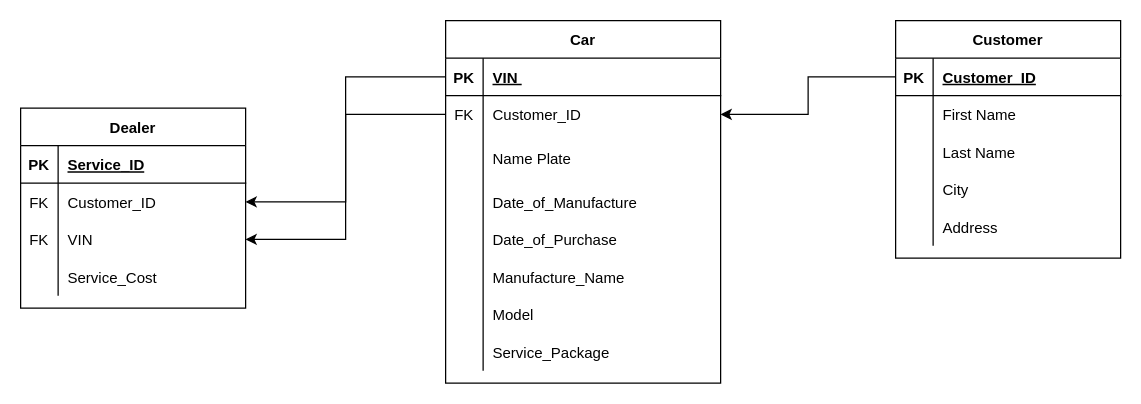
Before: Logical Schema A2.drawio in zozi0406/Data-Management-Group-22, a draw.io diagram. Source tidied: cells renumbered, new cells numbered last; positions are measured from the earlier drawing's top-left corner, leaving out a move shared by most shapes. Both pictures are drawn from the tidied source at 125%, with x=0, y=0 at pixel (20, 20).
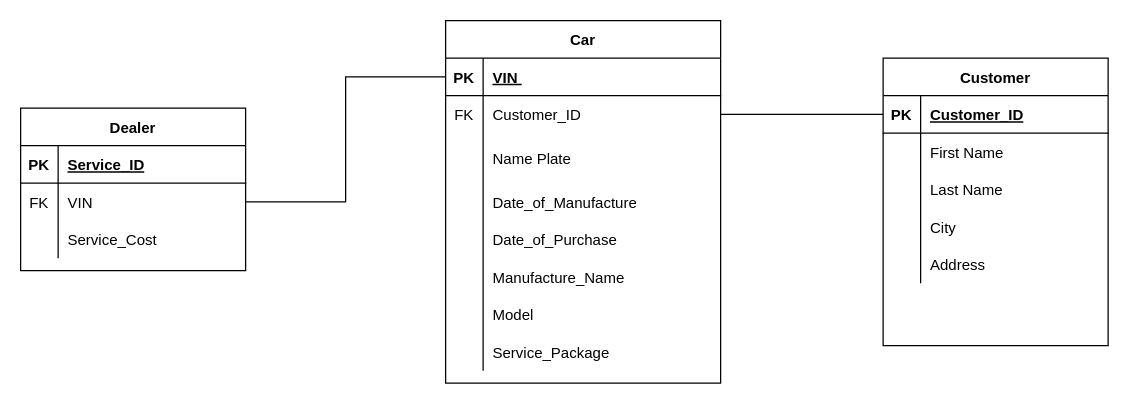
After the change.

The change refers to these unchanged cells:
```xml
<mxCell id="3" style="shape=partialRectangle;fillColor=none;top=0;left=0;bottom=1;right=0;points=[[0,0.5],[1,0.5]];portConstraint=eastwest;" parent="2" vertex="1">
  <mxGeometry y="30" width="180" height="30" as="geometry" />
</mxCell>
<mxCell id="19" style="shape=partialRectangle;fillColor=none;top=0;left=0;bottom=1;right=0;points=[[0,0.5],[1,0.5]];portConstraint=eastwest;" parent="18" vertex="1">
  <mxGeometry y="30" width="220" height="30" as="geometry" />
</mxCell>
<mxCell id="22" style="shape=partialRectangle;fillColor=none;top=0;left=0;bottom=0;right=0;points=[[0,0.5],[1,0.5]];portConstraint=eastwest;" parent="18" vertex="1">
  <mxGeometry y="60" width="220" height="30" as="geometry" />
</mxCell>
```

Change to the diagram source:
```diff
@@
     <mxCell id="2" value="Customer" style="shape=table;startSize=30;childLayout=tableLayout;rowLines=0;fontStyle=1;align=center;" parent="1" vertex="1">
-      <mxGeometry x="700" width="180" height="190" as="geometry" />
+      <mxGeometry x="690" y="30" width="180" height="230" as="geometry" />
     </mxCell>
@@
     <mxCell id="43" value="Dealer" style="shape=table;startSize=30;childLayout=tableLayout;rowLines=0;fontStyle=1;align=center;" parent="1" vertex="1">
-      <mxGeometry y="70" width="180" height="160" as="geometry" />
+      <mxGeometry y="70" width="180" height="130" as="geometry" />
     </mxCell>
@@
-    <mxCell id="47" style="shape=partialRectangle;fillColor=none;top=0;left=0;bottom=0;right=0;points=[[0,0.5],[1,0.5]];portConstraint=eastwest;" parent="43" vertex="1">
-      <mxGeometry y="60" width="180" height="30" as="geometry" />
-    </mxCell>
-    <mxCell id="48" value="FK" style="shape=partialRectangle;fillColor=none;top=0;left=0;bottom=0;right=0;overflow=hidden;" parent="47" vertex="1">
-      <mxGeometry width="30" height="30" as="geometry" />
-    </mxCell>
-    <mxCell id="49" value="Customer_ID" style="shape=partialRectangle;fillColor=none;top=0;left=0;bottom=0;right=0;align=left;spacingLeft=6;overflow=hidden;" parent="47" vertex="1">
-      <mxGeometry x="30" width="150" height="30" as="geometry" />
-    </mxCell>
     <mxCell id="50" style="shape=partialRectangle;fillColor=none;top=0;left=0;bottom=0;right=0;points=[[0,0.5],[1,0.5]];portConstraint=eastwest;" parent="43" vertex="1">
-      <mxGeometry y="90" width="180" height="30" as="geometry" />
+      <mxGeometry y="60" width="180" height="30" as="geometry" />
     </mxCell>
@@
     <mxCell id="53" style="shape=partialRectangle;fillColor=none;top=0;left=0;bottom=0;right=0;" parent="43" vertex="1">
-      <mxGeometry y="120" width="180" height="30" as="geometry" />
+      <mxGeometry y="90" width="180" height="30" as="geometry" />
     </mxCell>
@@
+    <mxCell id="59" style="endArrow=none;html=1;rounded=0;entryX=0;entryY=0.5;entryDx=0;entryDy=0;exitX=1;exitY=0.5;exitDx=0;exitDy=0;" parent="1" edge="1" source="22" target="3">
+      <mxGeometry relative="1" as="geometry" />
+    </mxCell>
-    <mxCell id="56" style="edgeStyle=orthogonalEdgeStyle;rounded=0;jettySize=auto;html=1;entryX=1;entryY=0.5;entryDx=0;entryDy=0;" parent="1" edge="1" source="19" target="50">
+    <mxCell id="56" style="edgeStyle=orthogonalEdgeStyle;rounded=0;jettySize=auto;html=1;exitX=0;exitY=0.5;exitDx=0;exitDy=0;entryX=1;entryY=0.5;entryDx=0;entryDy=0;endArrow=none;endFill=0;" parent="1" edge="1" source="19" target="50">
       <mxGeometry relative="1" as="geometry" />
     </mxCell>
-    <mxCell id="57" style="edgeStyle=orthogonalEdgeStyle;rounded=0;jettySize=auto;html=1;entryX=1;entryY=0.5;entryDx=0;entryDy=0;" parent="1" edge="1" source="3" target="22">
-      <mxGeometry relative="1" as="geometry" />
-    </mxCell>
-    <mxCell id="58" style="edgeStyle=orthogonalEdgeStyle;rounded=0;jettySize=auto;html=1;entryX=1;entryY=0.5;entryDx=0;entryDy=0;" parent="1" edge="1" source="22" target="47">
-      <mxGeometry relative="1" as="geometry" />
-    </mxCell>
+    <mxCell id="60" style="shape=partialRectangle;fillColor=none;top=0;left=0;bottom=0;right=0;" parent="1" vertex="1">
+      <mxGeometry x="690" y="230" width="180" height="30" as="geometry" />
+    </mxCell>
+    <mxCell id="61" style="shape=partialRectangle;fillColor=none;top=0;left=0;bottom=0;right=0;overflow=hidden;" parent="60" vertex="1">
+      <mxGeometry width="30" height="30" as="geometry" />
+    </mxCell>
```
